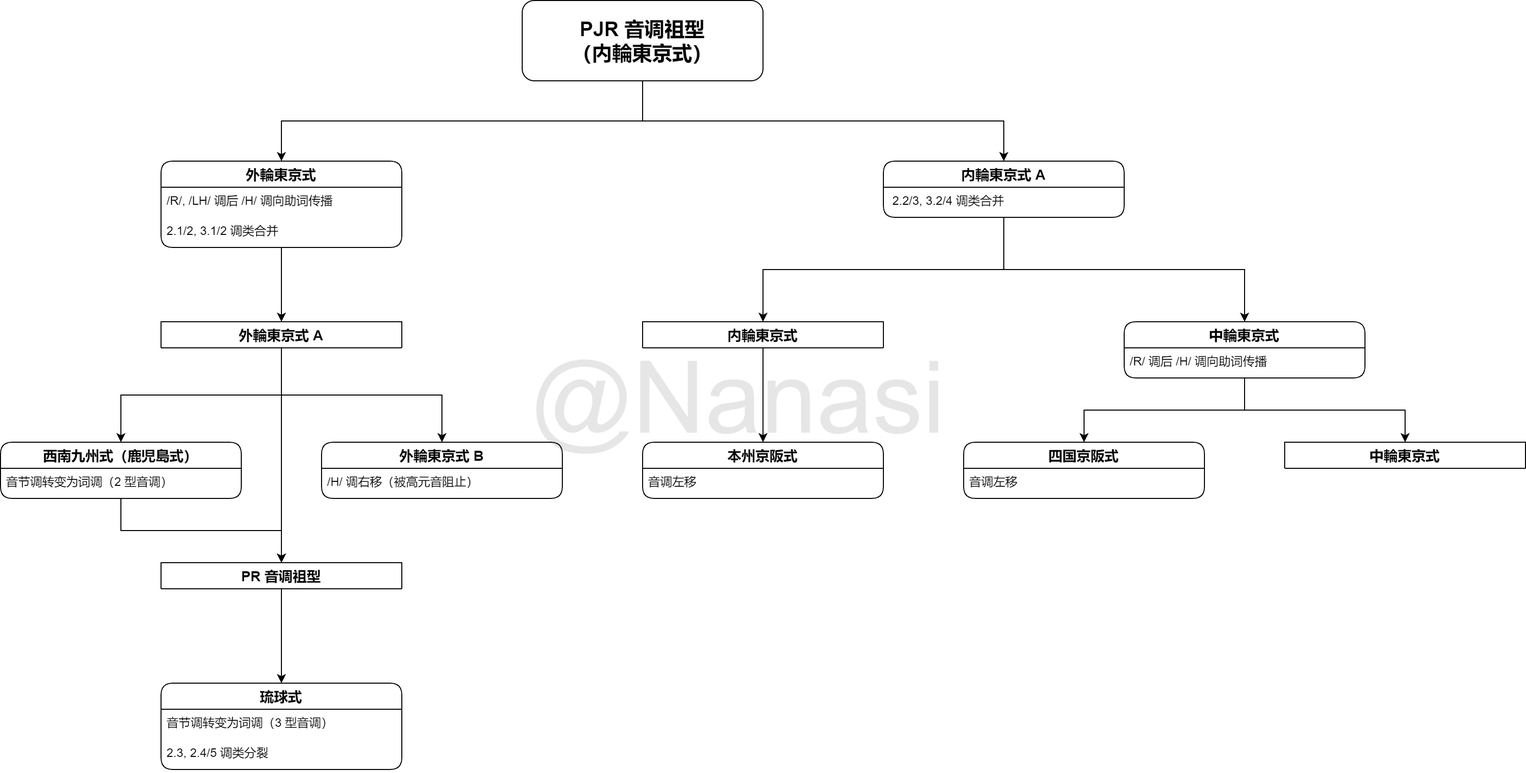
This is assets/img/accents.png from yupzhou/JPRoots, a draw.io export, as it was before one commit. Source tidied: cells renumbered, new cells last; positions are measured from the earlier drawing's top-left corner, leaving out a move shared by most shapes. Source of this version:
```xml
<mxGraphModel>
  <root>
    <mxCell id="0" />
    <mxCell id="1" parent="0" />
    <mxCell id="2" style="edgeStyle=orthogonalEdgeStyle;rounded=0;jettySize=auto;html=1;exitX=0.5;exitY=1;exitDx=0;exitDy=0;entryX=0.5;entryY=0;entryDx=0;entryDy=0;" parent="1" edge="1" source="4" target="6">
      <mxGeometry relative="1" as="geometry" />
    </mxCell>
    <mxCell id="3" style="edgeStyle=orthogonalEdgeStyle;rounded=0;jettySize=auto;html=1;exitX=0.5;exitY=1;exitDx=0;exitDy=0;entryX=0.5;entryY=0;entryDx=0;entryDy=0;" parent="1" edge="1" source="4" target="25">
      <mxGeometry relative="1" as="geometry" />
    </mxCell>
    <mxCell id="4" value="PJR 音调祖型&lt;br&gt;（内輪東京式）" style="rounded=1;whiteSpace=wrap;html=1;fontStyle=1;fontSize=20;fillColor=none;" parent="1" vertex="1">
      <mxGeometry x="520" width="240" height="80" as="geometry" />
    </mxCell>
    <mxCell id="5" style="edgeStyle=orthogonalEdgeStyle;rounded=0;jettySize=auto;html=1;entryX=0.5;entryY=0;entryDx=0;entryDy=0;" parent="1" edge="1" source="6" target="12">
      <mxGeometry relative="1" as="geometry" />
    </mxCell>
    <mxCell id="6" value="外輪東京式" style="swimlane;fontStyle=1;horizontal=1;startSize=26;align=center;fontSize=14;rounded=1;" parent="1" vertex="1">
      <mxGeometry x="160" y="160" width="240" height="86" as="geometry" />
    </mxCell>
    <mxCell id="7" value="/R/, /LH/ 调后 /H/ 调向助词传播" style="text;strokeColor=none;fillColor=none;spacingLeft=4;spacingRight=4;overflow=hidden;fontSize=12;rounded=1;" parent="6" vertex="1">
      <mxGeometry y="26" width="240" height="30" as="geometry" />
    </mxCell>
    <mxCell id="8" value="2.1/2, 3.1/2 调类合并" style="text;strokeColor=none;fillColor=none;spacingLeft=4;spacingRight=4;overflow=hidden;fontSize=12;rounded=1;" parent="6" vertex="1">
      <mxGeometry y="56" width="240" height="30" as="geometry" />
    </mxCell>
    <mxCell id="9" style="edgeStyle=orthogonalEdgeStyle;rounded=0;jettySize=auto;html=1;entryX=0.5;entryY=0;entryDx=0;entryDy=0;" parent="1" edge="1" source="12" target="14">
      <mxGeometry relative="1" as="geometry" />
    </mxCell>
    <mxCell id="10" style="edgeStyle=orthogonalEdgeStyle;rounded=0;jettySize=auto;html=1;exitX=0.5;exitY=1;exitDx=0;exitDy=0;entryX=0.5;entryY=0;entryDx=0;entryDy=0;" parent="1" edge="1" source="12" target="16">
      <mxGeometry relative="1" as="geometry" />
    </mxCell>
    <mxCell id="11" style="edgeStyle=orthogonalEdgeStyle;rounded=0;jettySize=auto;html=1;exitX=0.5;exitY=1;exitDx=0;exitDy=0;entryX=0.5;entryY=0;entryDx=0;entryDy=0;" parent="1" edge="1" source="12" target="19">
      <mxGeometry relative="1" as="geometry" />
    </mxCell>
    <mxCell id="12" value="外輪東京式 A" style="swimlane;fontStyle=1;horizontal=1;startSize=26;align=center;fontSize=14;rounded=1;" parent="1" vertex="1" collapsed="1">
      <mxGeometry x="160" y="320" width="240" height="26" as="geometry" />
    </mxCell>
    <mxCell id="13" style="edgeStyle=orthogonalEdgeStyle;rounded=0;jettySize=auto;html=1;entryX=0.5;entryY=0;entryDx=0;entryDy=0;" parent="1" edge="1" source="14" target="19">
      <mxGeometry relative="1" as="geometry" />
    </mxCell>
    <mxCell id="14" value="西南九州式（鹿児島式）" style="swimlane;fontStyle=1;horizontal=1;startSize=26;align=center;fontSize=14;rounded=1;" parent="1" vertex="1">
      <mxGeometry y="440" width="240" height="56" as="geometry" />
    </mxCell>
    <mxCell id="15" value="音节调转变为词调（2 型音调）" style="text;strokeColor=none;fillColor=none;spacingLeft=4;spacingRight=4;overflow=hidden;fontSize=12;rounded=1;" parent="14" vertex="1">
      <mxGeometry y="26" width="240" height="30" as="geometry" />
    </mxCell>
    <mxCell id="16" value="外輪東京式 B" style="swimlane;fontStyle=1;horizontal=1;startSize=26;align=center;fontSize=14;rounded=1;" parent="1" vertex="1">
      <mxGeometry x="320" y="440" width="240" height="56" as="geometry" />
    </mxCell>
    <mxCell id="17" value="/H/ 调右移（被高元音阻止）" style="text;strokeColor=none;fillColor=none;spacingLeft=4;spacingRight=4;overflow=hidden;fontSize=12;rounded=1;" parent="16" vertex="1">
      <mxGeometry y="26" width="240" height="30" as="geometry" />
    </mxCell>
    <mxCell id="18" style="edgeStyle=orthogonalEdgeStyle;rounded=0;jettySize=auto;html=1;exitX=0.5;exitY=1;exitDx=0;exitDy=0;entryX=0.5;entryY=0;entryDx=0;entryDy=0;" parent="1" edge="1" source="19" target="20">
      <mxGeometry relative="1" as="geometry" />
    </mxCell>
    <mxCell id="19" value="PR 音调祖型" style="swimlane;fontStyle=1;horizontal=1;startSize=26;align=center;fontSize=14;rounded=1;" parent="1" vertex="1" collapsed="1">
      <mxGeometry x="160" y="560" width="240" height="26" as="geometry" />
    </mxCell>
    <mxCell id="20" value="琉球式" style="swimlane;fontStyle=1;horizontal=1;startSize=26;align=center;fontSize=14;rounded=1;" parent="1" vertex="1">
      <mxGeometry x="160" y="680" width="240" height="86" as="geometry" />
    </mxCell>
    <mxCell id="21" value="音节调转变为词调（3 型音调）" style="text;strokeColor=none;fillColor=none;spacingLeft=4;spacingRight=4;overflow=hidden;fontSize=12;rounded=1;" parent="20" vertex="1">
      <mxGeometry y="26" width="240" height="30" as="geometry" />
    </mxCell>
    <mxCell id="22" value="2.3, 2.4/5 调类分裂" style="text;strokeColor=none;fillColor=none;spacingLeft=4;spacingRight=4;overflow=hidden;fontSize=12;rounded=1;" parent="20" vertex="1">
      <mxGeometry y="56" width="240" height="30" as="geometry" />
    </mxCell>
    <mxCell id="23" style="edgeStyle=orthogonalEdgeStyle;rounded=0;jettySize=auto;html=1;exitX=0.5;exitY=1;exitDx=0;exitDy=0;entryX=0.5;entryY=0;entryDx=0;entryDy=0;" parent="1" edge="1" source="25" target="28">
      <mxGeometry relative="1" as="geometry" />
    </mxCell>
    <mxCell id="24" style="edgeStyle=orthogonalEdgeStyle;rounded=0;jettySize=auto;html=1;exitX=0.5;exitY=1;exitDx=0;exitDy=0;entryX=0.5;entryY=0;entryDx=0;entryDy=0;" parent="1" edge="1" source="25" target="31">
      <mxGeometry relative="1" as="geometry" />
    </mxCell>
    <mxCell id="25" value="内輪東京式 A" style="swimlane;fontStyle=1;horizontal=1;startSize=26;align=center;fontSize=14;rounded=1;" parent="1" vertex="1">
      <mxGeometry x="880" y="160" width="240" height="56" as="geometry" />
    </mxCell>
    <mxCell id="26" value=" 2.2/3, 3.2/4 调类合并" style="text;strokeColor=none;fillColor=none;spacingLeft=4;spacingRight=4;overflow=hidden;fontSize=12;rounded=1;" parent="25" vertex="1">
      <mxGeometry y="26" width="240" height="30" as="geometry" />
    </mxCell>
    <mxCell id="27" style="edgeStyle=orthogonalEdgeStyle;rounded=0;jettySize=auto;html=1;exitX=0.5;exitY=1;exitDx=0;exitDy=0;entryX=0.5;entryY=0;entryDx=0;entryDy=0;" parent="1" edge="1" source="28" target="33">
      <mxGeometry relative="1" as="geometry" />
    </mxCell>
    <mxCell id="28" value="内輪東京式" style="swimlane;fontStyle=1;horizontal=1;startSize=26;align=center;fontSize=14;rounded=1;" parent="1" vertex="1" collapsed="1">
      <mxGeometry x="640" y="320" width="240" height="26" as="geometry" />
    </mxCell>
    <mxCell id="29" style="edgeStyle=orthogonalEdgeStyle;rounded=0;jettySize=auto;html=1;entryX=0.5;entryY=0;entryDx=0;entryDy=0;" parent="1" edge="1" source="31" target="36">
      <mxGeometry relative="1" as="geometry" />
    </mxCell>
    <mxCell id="30" style="edgeStyle=orthogonalEdgeStyle;rounded=0;jettySize=auto;html=1;entryX=0.5;entryY=0;entryDx=0;entryDy=0;" parent="1" edge="1" source="31" target="35">
      <mxGeometry relative="1" as="geometry" />
    </mxCell>
    <mxCell id="31" value="中輪東京式" style="swimlane;fontStyle=1;horizontal=1;startSize=26;align=center;fontSize=14;rounded=1;" parent="1" vertex="1">
      <mxGeometry x="1120" y="320" width="240" height="56" as="geometry" />
    </mxCell>
    <mxCell id="32" value="/R/ 调后 /H/ 调向助词传播" style="text;strokeColor=none;fillColor=none;spacingLeft=4;spacingRight=4;overflow=hidden;fontSize=12;rounded=1;" parent="31" vertex="1">
      <mxGeometry y="26" width="240" height="30" as="geometry" />
    </mxCell>
    <mxCell id="33" value="本州京阪式" style="swimlane;fontStyle=1;horizontal=1;startSize=26;align=center;fontSize=14;rounded=1;" parent="1" vertex="1">
      <mxGeometry x="640" y="440" width="240" height="56" as="geometry" />
    </mxCell>
    <mxCell id="34" value="音调左移" style="text;strokeColor=none;fillColor=none;spacingLeft=4;spacingRight=4;overflow=hidden;fontSize=12;rounded=1;" parent="33" vertex="1">
      <mxGeometry y="26" width="240" height="30" as="geometry" />
    </mxCell>
    <mxCell id="35" value="中輪東京式" style="swimlane;fontStyle=1;horizontal=1;startSize=26;align=center;fontSize=14;rounded=1;" parent="1" vertex="1" collapsed="1">
      <mxGeometry x="1280" y="440" width="240" height="26" as="geometry" />
    </mxCell>
    <mxCell id="36" value="四国京阪式" style="swimlane;fontStyle=1;horizontal=1;startSize=26;align=center;fontSize=14;rounded=1;" parent="1" vertex="1">
      <mxGeometry x="960" y="440" width="240" height="56" as="geometry" />
    </mxCell>
    <mxCell id="37" value="音调左移" style="text;strokeColor=none;fillColor=none;spacingLeft=4;spacingRight=4;overflow=hidden;fontSize=12;rounded=1;" parent="36" vertex="1">
      <mxGeometry y="26" width="240" height="30" as="geometry" />
    </mxCell>
    <mxCell id="38" value="@Nanasi" style="text;html=1;align=center;verticalAlign=middle;strokeColor=none;fillColor=none;textOpacity=10;fontSize=100;" parent="1" vertex="1">
      <mxGeometry x="520" y="330" width="430" height="130" as="geometry" />
    </mxCell>
  </root>
</mxGraphModel>
```
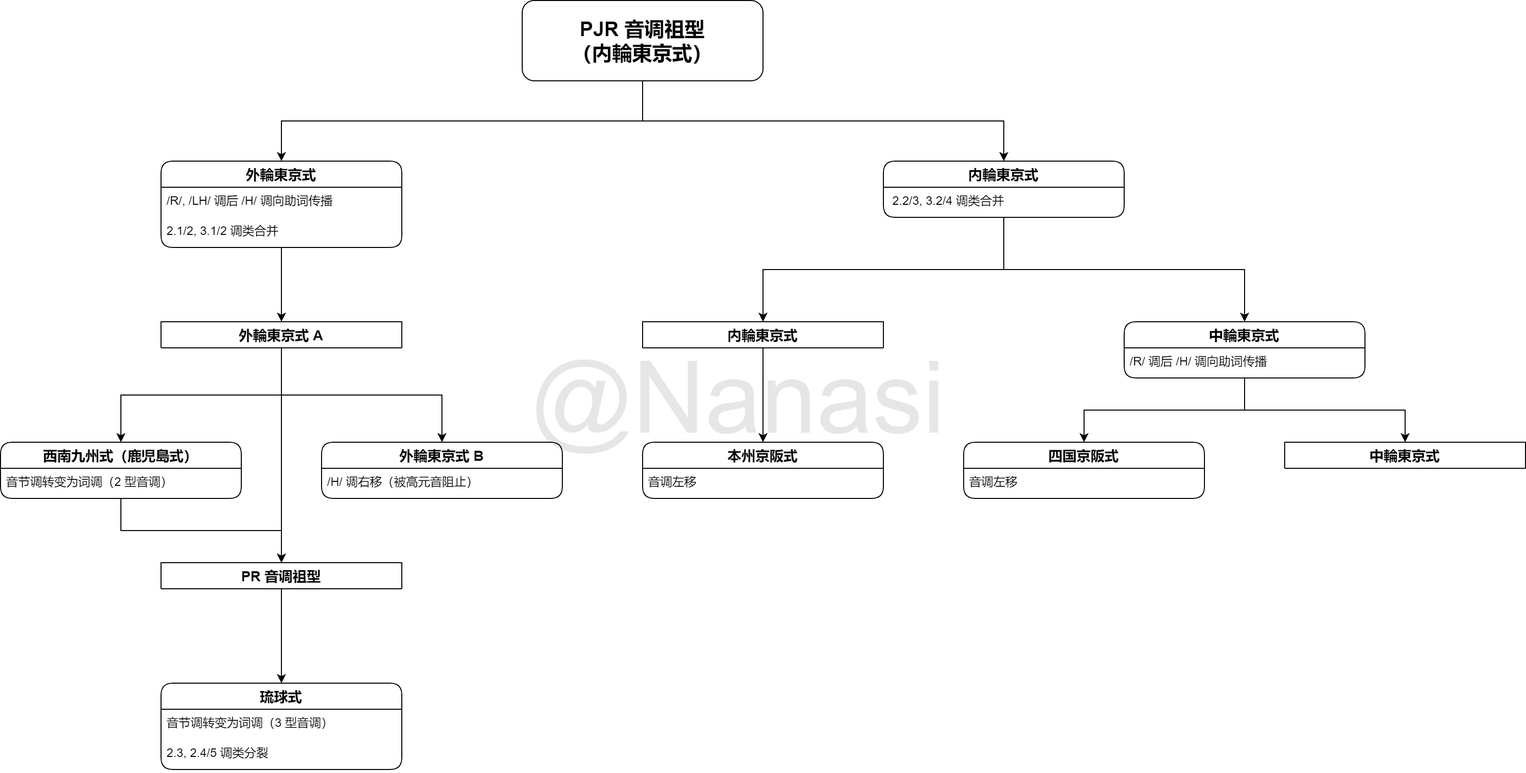
After the commit.

The edit, as a diff of the source:
```diff
@@ -71,7 +71,7 @@
     <mxCell id="24" style="edgeStyle=orthogonalEdgeStyle;rounded=0;jettySize=auto;html=1;exitX=0.5;exitY=1;exitDx=0;exitDy=0;entryX=0.5;entryY=0;entryDx=0;entryDy=0;" parent="1" edge="1" source="25" target="31">
       <mxGeometry relative="1" as="geometry" />
     </mxCell>
-    <mxCell id="25" value="内輪東京式 A" style="swimlane;fontStyle=1;horizontal=1;startSize=26;align=center;fontSize=14;rounded=1;" parent="1" vertex="1">
+    <mxCell id="25" value="内輪東京式" style="swimlane;fontStyle=1;horizontal=1;startSize=26;align=center;fontSize=14;rounded=1;" parent="1" vertex="1">
       <mxGeometry x="880" y="160" width="240" height="56" as="geometry" />
     </mxCell>
     <mxCell id="26" value=" 2.2/3, 3.2/4 调类合并" style="text;strokeColor=none;fillColor=none;spacingLeft=4;spacingRight=4;overflow=hidden;fontSize=12;rounded=1;" parent="25" vertex="1">
```
